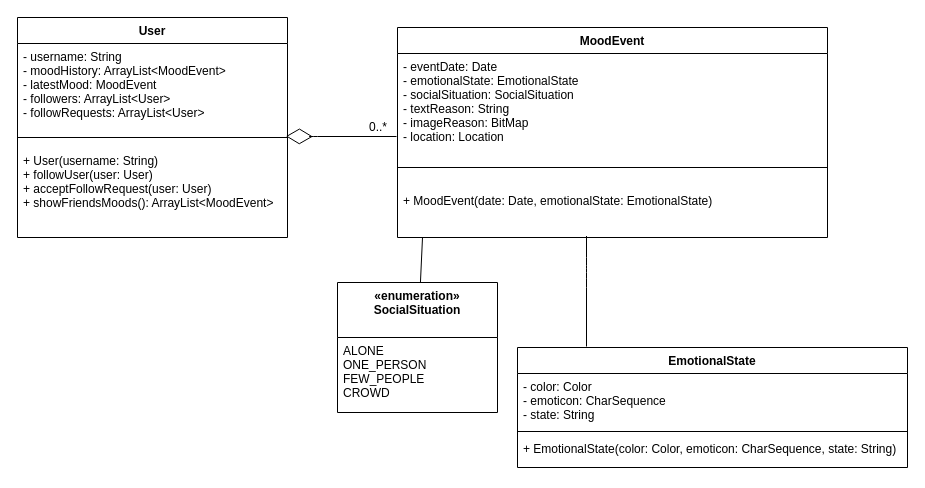
The draw.io diagram uml_diagram/diagram.drawio in CMPUT301F19T25/0.8XEng, before the edit. Source tidied: cells renumbered, new cells numbered last; positions are measured from the earlier drawing's top-left corner, leaving out a move shared by most shapes. Both pictures are drawn from the tidied source at 100%, with x=0, y=0 at pixel (17, 17).
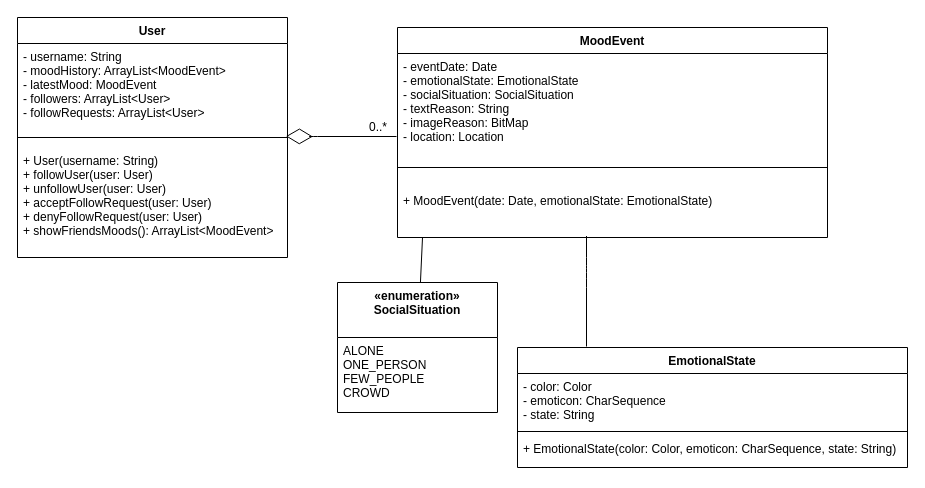
After the change.

Commit message:
Added unfollowUser and denyFollowRequest methods.

The edit, as a diff of the source:
```diff
@@
     <mxCell id="10" value="User" style="swimlane;fontStyle=1;align=center;verticalAlign=top;horizontal=1;startSize=26;" parent="1" vertex="1">
-      <mxGeometry width="270" height="220" as="geometry" />
+      <mxGeometry width="270" height="240" as="geometry" />
     </mxCell>
@@
-    <mxCell id="13" value="+ User(username: String)&#10;+ followUser(user: User)&#10;+ acceptFollowRequest(user: User)&#10;+ showFriendsMoods(): ArrayList&lt;MoodEvent&gt;" style="text;strokeColor=none;fillColor=none;align=left;verticalAlign=top;spacingLeft=4;spacingRight=4;overflow=hidden;" parent="10" vertex="1">
-      <mxGeometry y="130" width="270" height="90" as="geometry" />
+    <mxCell id="13" value="+ User(username: String)&#10;+ followUser(user: User)&#10;+ unfollowUser(user: User)&#10;+ acceptFollowRequest(user: User)&#10;+ denyFollowRequest(user: User)&#10;+ showFriendsMoods(): ArrayList&lt;MoodEvent&gt;" style="text;strokeColor=none;fillColor=none;align=left;verticalAlign=top;spacingLeft=4;spacingRight=4;overflow=hidden;" parent="10" vertex="1">
+      <mxGeometry y="130" width="270" height="110" as="geometry" />
     </mxCell>
```
